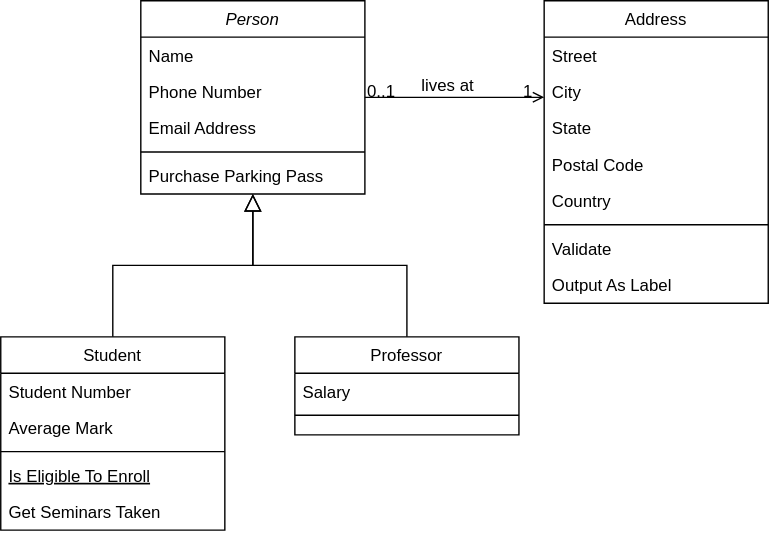
Earlier version of the draw.io export diagrams SWP/Klassendiagramm Customer.drawio.svg (StarSkiller/Diagrams). Source tidied: cells renumbered, new cells last; positions are measured from the earlier drawing's top-left corner, leaving out a move shared by most shapes. The source it was exported from:
```xml
<mxGraphModel>
  <root>
    <mxCell id="0" />
    <mxCell id="1" parent="0" />
    <mxCell id="2" value="Person" style="swimlane;fontStyle=2;align=center;verticalAlign=top;horizontal=1;startSize=26;rounded=0;shadow=0;strokeWidth=1;" parent="1" vertex="1">
      <mxGeometry x="100" width="160" height="138" as="geometry" />
    </mxCell>
    <mxCell id="3" value="Name" style="text;align=left;verticalAlign=top;spacingLeft=4;spacingRight=4;overflow=hidden;" parent="2" vertex="1">
      <mxGeometry y="26" width="160" height="26" as="geometry" />
    </mxCell>
    <mxCell id="4" value="Phone Number" style="text;align=left;verticalAlign=top;spacingLeft=4;spacingRight=4;overflow=hidden;rounded=0;shadow=0;html=0;" parent="2" vertex="1">
      <mxGeometry y="52" width="160" height="26" as="geometry" />
    </mxCell>
    <mxCell id="5" value="Email Address" style="text;align=left;verticalAlign=top;spacingLeft=4;spacingRight=4;overflow=hidden;rounded=0;shadow=0;html=0;" parent="2" vertex="1">
      <mxGeometry y="78" width="160" height="26" as="geometry" />
    </mxCell>
    <mxCell id="6" style="line;html=1;strokeWidth=1;align=left;verticalAlign=middle;spacingTop=-1;spacingLeft=3;spacingRight=3;labelPosition=right;" parent="2" vertex="1">
      <mxGeometry y="104" width="160" height="8" as="geometry" />
    </mxCell>
    <mxCell id="7" value="Purchase Parking Pass" style="text;align=left;verticalAlign=top;spacingLeft=4;spacingRight=4;overflow=hidden;" parent="2" vertex="1">
      <mxGeometry y="112" width="160" height="26" as="geometry" />
    </mxCell>
    <mxCell id="8" value="Student" style="swimlane;fontStyle=0;align=center;verticalAlign=top;horizontal=1;startSize=26;rounded=0;shadow=0;strokeWidth=1;" parent="1" vertex="1">
      <mxGeometry y="240" width="160" height="138" as="geometry" />
    </mxCell>
    <mxCell id="9" value="Student Number" style="text;align=left;verticalAlign=top;spacingLeft=4;spacingRight=4;overflow=hidden;" parent="8" vertex="1">
      <mxGeometry y="26" width="160" height="26" as="geometry" />
    </mxCell>
    <mxCell id="10" value="Average Mark" style="text;align=left;verticalAlign=top;spacingLeft=4;spacingRight=4;overflow=hidden;rounded=0;shadow=0;html=0;" parent="8" vertex="1">
      <mxGeometry y="52" width="160" height="26" as="geometry" />
    </mxCell>
    <mxCell id="11" style="line;html=1;strokeWidth=1;align=left;verticalAlign=middle;spacingTop=-1;spacingLeft=3;spacingRight=3;labelPosition=right;" parent="8" vertex="1">
      <mxGeometry y="78" width="160" height="8" as="geometry" />
    </mxCell>
    <mxCell id="12" value="Is Eligible To Enroll" style="text;align=left;verticalAlign=top;spacingLeft=4;spacingRight=4;overflow=hidden;fontStyle=4;" parent="8" vertex="1">
      <mxGeometry y="86" width="160" height="26" as="geometry" />
    </mxCell>
    <mxCell id="13" value="Get Seminars Taken" style="text;align=left;verticalAlign=top;spacingLeft=4;spacingRight=4;overflow=hidden;" parent="8" vertex="1">
      <mxGeometry y="112" width="160" height="26" as="geometry" />
    </mxCell>
    <mxCell id="14" style="endArrow=block;endSize=10;endFill=0;shadow=0;strokeWidth=1;rounded=0;edgeStyle=elbowEdgeStyle;elbow=vertical;" parent="1" edge="1" source="8" target="2">
      <mxGeometry relative="1" as="geometry" />
    </mxCell>
    <mxCell id="15" value="Professor" style="swimlane;fontStyle=0;align=center;verticalAlign=top;horizontal=1;startSize=26;rounded=0;shadow=0;strokeWidth=1;" parent="1" vertex="1">
      <mxGeometry x="210" y="240" width="160" height="70" as="geometry" />
    </mxCell>
    <mxCell id="16" value="Salary" style="text;align=left;verticalAlign=top;spacingLeft=4;spacingRight=4;overflow=hidden;" parent="15" vertex="1">
      <mxGeometry y="26" width="160" height="26" as="geometry" />
    </mxCell>
    <mxCell id="17" style="line;html=1;strokeWidth=1;align=left;verticalAlign=middle;spacingTop=-1;spacingLeft=3;spacingRight=3;labelPosition=right;" parent="15" vertex="1">
      <mxGeometry y="52" width="160" height="8" as="geometry" />
    </mxCell>
    <mxCell id="18" style="endArrow=block;endSize=10;endFill=0;shadow=0;strokeWidth=1;rounded=0;edgeStyle=elbowEdgeStyle;elbow=vertical;" parent="1" edge="1" source="15" target="2">
      <mxGeometry relative="1" as="geometry" />
    </mxCell>
    <mxCell id="19" value="Address" style="swimlane;fontStyle=0;align=center;verticalAlign=top;horizontal=1;startSize=26;rounded=0;shadow=0;strokeWidth=1;" parent="1" vertex="1">
      <mxGeometry x="388" width="160" height="216" as="geometry" />
    </mxCell>
    <mxCell id="20" value="Street" style="text;align=left;verticalAlign=top;spacingLeft=4;spacingRight=4;overflow=hidden;" parent="19" vertex="1">
      <mxGeometry y="26" width="160" height="26" as="geometry" />
    </mxCell>
    <mxCell id="21" value="City" style="text;align=left;verticalAlign=top;spacingLeft=4;spacingRight=4;overflow=hidden;rounded=0;shadow=0;html=0;" parent="19" vertex="1">
      <mxGeometry y="52" width="160" height="26" as="geometry" />
    </mxCell>
    <mxCell id="22" value="State" style="text;align=left;verticalAlign=top;spacingLeft=4;spacingRight=4;overflow=hidden;rounded=0;shadow=0;html=0;" parent="19" vertex="1">
      <mxGeometry y="78" width="160" height="26" as="geometry" />
    </mxCell>
    <mxCell id="23" value="Postal Code" style="text;align=left;verticalAlign=top;spacingLeft=4;spacingRight=4;overflow=hidden;rounded=0;shadow=0;html=0;" parent="19" vertex="1">
      <mxGeometry y="104" width="160" height="26" as="geometry" />
    </mxCell>
    <mxCell id="24" value="Country" style="text;align=left;verticalAlign=top;spacingLeft=4;spacingRight=4;overflow=hidden;rounded=0;shadow=0;html=0;" parent="19" vertex="1">
      <mxGeometry y="130" width="160" height="26" as="geometry" />
    </mxCell>
    <mxCell id="25" style="line;html=1;strokeWidth=1;align=left;verticalAlign=middle;spacingTop=-1;spacingLeft=3;spacingRight=3;labelPosition=right;" parent="19" vertex="1">
      <mxGeometry y="156" width="160" height="8" as="geometry" />
    </mxCell>
    <mxCell id="26" value="Validate" style="text;align=left;verticalAlign=top;spacingLeft=4;spacingRight=4;overflow=hidden;" parent="19" vertex="1">
      <mxGeometry y="164" width="160" height="26" as="geometry" />
    </mxCell>
    <mxCell id="27" value="Output As Label" style="text;align=left;verticalAlign=top;spacingLeft=4;spacingRight=4;overflow=hidden;" parent="19" vertex="1">
      <mxGeometry y="190" width="160" height="26" as="geometry" />
    </mxCell>
    <mxCell id="28" style="endArrow=open;shadow=0;strokeWidth=1;rounded=0;endFill=1;edgeStyle=elbowEdgeStyle;elbow=vertical;" parent="1" edge="1" source="2" target="19">
      <mxGeometry x="0.5" y="41" relative="1" as="geometry">
        <mxPoint x="-40" y="32" as="offset" />
      </mxGeometry>
    </mxCell>
    <mxCell id="29" value="0..1" style="align=left;verticalAlign=bottom;labelBackgroundColor=none;fontSize=12;" parent="28" vertex="1">
      <mxGeometry x="-1" relative="1" as="geometry">
        <mxPoint y="4" as="offset" />
      </mxGeometry>
    </mxCell>
    <mxCell id="30" value="1" style="align=right;verticalAlign=bottom;labelBackgroundColor=none;fontSize=12;" parent="28" vertex="1">
      <mxGeometry x="1" relative="1" as="geometry">
        <mxPoint x="-7" y="4" as="offset" />
      </mxGeometry>
    </mxCell>
    <mxCell id="31" value="lives at" style="text;html=1;align=center;verticalAlign=middle;labelBackgroundColor=none;rounded=0;shadow=0;strokeWidth=1;fontSize=12;" parent="28" vertex="1">
      <mxGeometry x="0.5" y="49" relative="1" as="geometry">
        <mxPoint x="-38" y="40" as="offset" />
      </mxGeometry>
    </mxCell>
  </root>
</mxGraphModel>
```
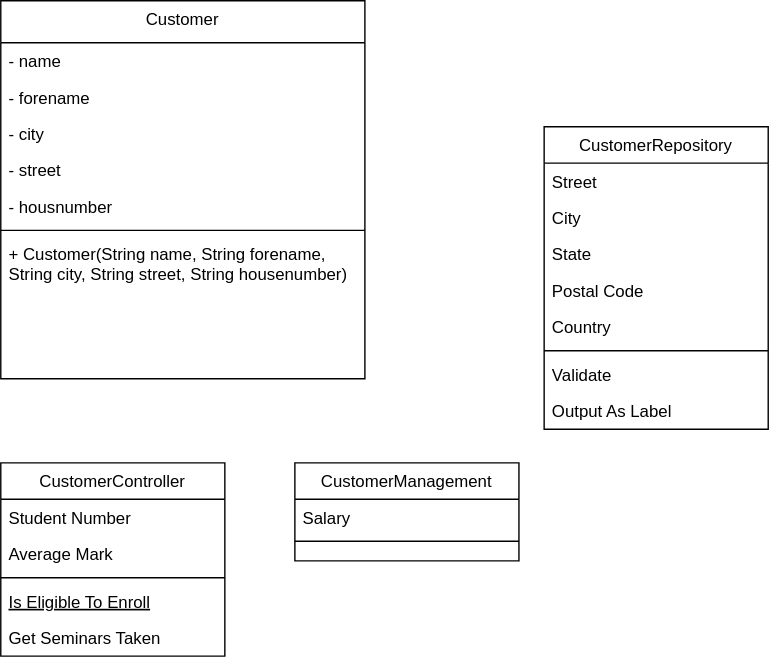
After the change.

The edit, as a diff of the source:
```diff
@@ -2,25 +2,31 @@
   <root>
     <mxCell id="0" />
     <mxCell id="1" parent="0" />
-    <mxCell id="2" value="Person" style="swimlane;fontStyle=2;align=center;verticalAlign=top;horizontal=1;startSize=26;rounded=0;shadow=0;strokeWidth=1;" parent="1" vertex="1">
-      <mxGeometry x="100" width="160" height="138" as="geometry" />
+    <mxCell id="2" value="Customer" style="swimlane;fontStyle=0;align=center;verticalAlign=top;horizontal=1;startSize=30;rounded=0;shadow=0;strokeWidth=1;" parent="1" vertex="1">
+      <mxGeometry y="-90" width="260" height="270" as="geometry" />
     </mxCell>
-    <mxCell id="3" value="Name" style="text;align=left;verticalAlign=top;spacingLeft=4;spacingRight=4;overflow=hidden;" parent="2" vertex="1">
-      <mxGeometry y="26" width="160" height="26" as="geometry" />
+    <mxCell id="3" value="- name" style="text;align=left;verticalAlign=top;spacingLeft=4;spacingRight=4;overflow=hidden;" parent="2" vertex="1">
+      <mxGeometry y="30" width="260" height="26" as="geometry" />
     </mxCell>
-    <mxCell id="4" value="Phone Number" style="text;align=left;verticalAlign=top;spacingLeft=4;spacingRight=4;overflow=hidden;rounded=0;shadow=0;html=0;" parent="2" vertex="1">
-      <mxGeometry y="52" width="160" height="26" as="geometry" />
+    <mxCell id="4" value="- forename" style="text;align=left;verticalAlign=top;spacingLeft=4;spacingRight=4;overflow=hidden;rounded=0;shadow=0;html=0;" parent="2" vertex="1">
+      <mxGeometry y="56" width="260" height="26" as="geometry" />
     </mxCell>
-    <mxCell id="5" value="Email Address" style="text;align=left;verticalAlign=top;spacingLeft=4;spacingRight=4;overflow=hidden;rounded=0;shadow=0;html=0;" parent="2" vertex="1">
-      <mxGeometry y="78" width="160" height="26" as="geometry" />
+    <mxCell id="5" value="- city" style="text;align=left;verticalAlign=top;spacingLeft=4;spacingRight=4;overflow=hidden;rounded=0;shadow=0;html=0;" parent="2" vertex="1">
+      <mxGeometry y="82" width="260" height="26" as="geometry" />
     </mxCell>
+    <mxCell id="32" value="- street" style="text;align=left;verticalAlign=top;spacingLeft=4;spacingRight=4;overflow=hidden;rounded=0;shadow=0;html=0;" parent="2" vertex="1">
+      <mxGeometry y="108" width="260" height="26" as="geometry" />
+    </mxCell>
+    <mxCell id="33" value="- housnumber" style="text;align=left;verticalAlign=top;spacingLeft=4;spacingRight=4;overflow=hidden;rounded=0;shadow=0;html=0;" parent="2" vertex="1">
+      <mxGeometry y="134" width="260" height="26" as="geometry" />
+    </mxCell>
     <mxCell id="6" style="line;html=1;strokeWidth=1;align=left;verticalAlign=middle;spacingTop=-1;spacingLeft=3;spacingRight=3;labelPosition=right;" parent="2" vertex="1">
-      <mxGeometry y="104" width="160" height="8" as="geometry" />
+      <mxGeometry y="160" width="260" height="8" as="geometry" />
     </mxCell>
-    <mxCell id="7" value="Purchase Parking Pass" style="text;align=left;verticalAlign=top;spacingLeft=4;spacingRight=4;overflow=hidden;" parent="2" vertex="1">
-      <mxGeometry y="112" width="160" height="26" as="geometry" />
+    <mxCell id="7" value="+ Customer(String name, String forename, &#10;String city, String street, String housenumber)" style="text;align=left;verticalAlign=top;spacingLeft=4;spacingRight=4;overflow=hidden;" parent="2" vertex="1">
+      <mxGeometry y="168" width="260" height="42" as="geometry" />
     </mxCell>
-    <mxCell id="8" value="Student" style="swimlane;fontStyle=0;align=center;verticalAlign=top;horizontal=1;startSize=26;rounded=0;shadow=0;strokeWidth=1;" parent="1" vertex="1">
+    <mxCell id="8" value="CustomerController" style="swimlane;fontStyle=0;align=center;verticalAlign=top;horizontal=1;startSize=26;rounded=0;shadow=0;strokeWidth=1;" parent="1" vertex="1">
       <mxGeometry y="240" width="160" height="138" as="geometry" />
     </mxCell>
     <mxCell id="9" value="Student Number" style="text;align=left;verticalAlign=top;spacingLeft=4;spacingRight=4;overflow=hidden;" parent="8" vertex="1">
@@ -38,10 +44,7 @@
     <mxCell id="13" value="Get Seminars Taken" style="text;align=left;verticalAlign=top;spacingLeft=4;spacingRight=4;overflow=hidden;" parent="8" vertex="1">
       <mxGeometry y="112" width="160" height="26" as="geometry" />
     </mxCell>
-    <mxCell id="14" style="endArrow=block;endSize=10;endFill=0;shadow=0;strokeWidth=1;rounded=0;edgeStyle=elbowEdgeStyle;elbow=vertical;" parent="1" edge="1" source="8" target="2">
-      <mxGeometry relative="1" as="geometry" />
-    </mxCell>
-    <mxCell id="15" value="Professor" style="swimlane;fontStyle=0;align=center;verticalAlign=top;horizontal=1;startSize=26;rounded=0;shadow=0;strokeWidth=1;" parent="1" vertex="1">
+    <mxCell id="15" value="CustomerManagement" style="swimlane;fontStyle=0;align=center;verticalAlign=top;horizontal=1;startSize=26;rounded=0;shadow=0;strokeWidth=1;" parent="1" vertex="1">
       <mxGeometry x="210" y="240" width="160" height="70" as="geometry" />
     </mxCell>
     <mxCell id="16" value="Salary" style="text;align=left;verticalAlign=top;spacingLeft=4;spacingRight=4;overflow=hidden;" parent="15" vertex="1">
@@ -50,10 +53,7 @@
     <mxCell id="17" style="line;html=1;strokeWidth=1;align=left;verticalAlign=middle;spacingTop=-1;spacingLeft=3;spacingRight=3;labelPosition=right;" parent="15" vertex="1">
       <mxGeometry y="52" width="160" height="8" as="geometry" />
     </mxCell>
-    <mxCell id="18" style="endArrow=block;endSize=10;endFill=0;shadow=0;strokeWidth=1;rounded=0;edgeStyle=elbowEdgeStyle;elbow=vertical;" parent="1" edge="1" source="15" target="2">
-      <mxGeometry relative="1" as="geometry" />
-    </mxCell>
-    <mxCell id="19" value="Address" style="swimlane;fontStyle=0;align=center;verticalAlign=top;horizontal=1;startSize=26;rounded=0;shadow=0;strokeWidth=1;" parent="1" vertex="1">
+    <mxCell id="19" value="CustomerRepository" style="swimlane;fontStyle=0;align=center;verticalAlign=top;horizontal=1;startSize=26;rounded=0;shadow=0;strokeWidth=1;" parent="1" vertex="1">
       <mxGeometry x="388" width="160" height="216" as="geometry" />
     </mxCell>
     <mxCell id="20" value="Street" style="text;align=left;verticalAlign=top;spacingLeft=4;spacingRight=4;overflow=hidden;" parent="19" vertex="1">
@@ -80,25 +80,5 @@
     <mxCell id="27" value="Output As Label" style="text;align=left;verticalAlign=top;spacingLeft=4;spacingRight=4;overflow=hidden;" parent="19" vertex="1">
       <mxGeometry y="190" width="160" height="26" as="geometry" />
     </mxCell>
-    <mxCell id="28" style="endArrow=open;shadow=0;strokeWidth=1;rounded=0;endFill=1;edgeStyle=elbowEdgeStyle;elbow=vertical;" parent="1" edge="1" source="2" target="19">
-      <mxGeometry x="0.5" y="41" relative="1" as="geometry">
-        <mxPoint x="-40" y="32" as="offset" />
-      </mxGeometry>
-    </mxCell>
-    <mxCell id="29" value="0..1" style="align=left;verticalAlign=bottom;labelBackgroundColor=none;fontSize=12;" parent="28" vertex="1">
-      <mxGeometry x="-1" relative="1" as="geometry">
-        <mxPoint y="4" as="offset" />
-      </mxGeometry>
-    </mxCell>
-    <mxCell id="30" value="1" style="align=right;verticalAlign=bottom;labelBackgroundColor=none;fontSize=12;" parent="28" vertex="1">
-      <mxGeometry x="1" relative="1" as="geometry">
-        <mxPoint x="-7" y="4" as="offset" />
-      </mxGeometry>
-    </mxCell>
-    <mxCell id="31" value="lives at" style="text;html=1;align=center;verticalAlign=middle;labelBackgroundColor=none;rounded=0;shadow=0;strokeWidth=1;fontSize=12;" parent="28" vertex="1">
-      <mxGeometry x="0.5" y="49" relative="1" as="geometry">
-        <mxPoint x="-38" y="40" as="offset" />
-      </mxGeometry>
-    </mxCell>
   </root>
 </mxGraphModel>
```
